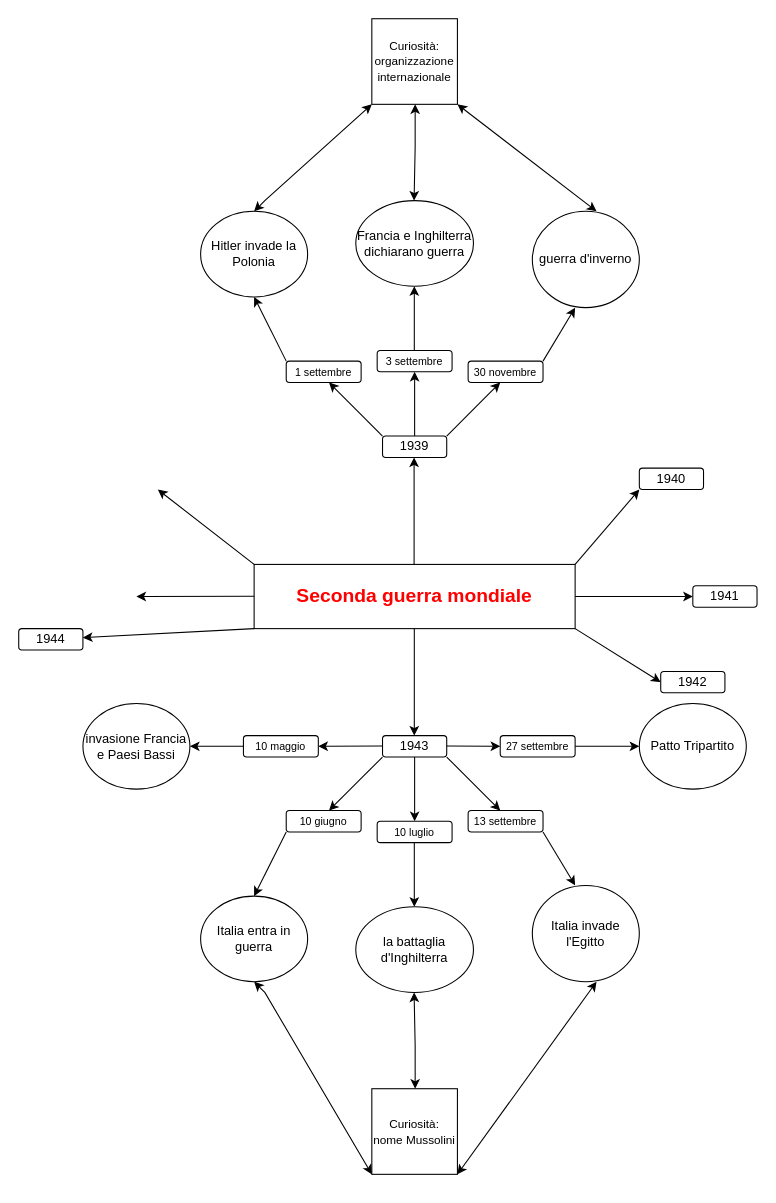
Before: Diagramma senza titolo.drawio in alice-caroli/ww2site, a draw.io diagram. Source tidied: cells renumbered, new cells numbered last; positions are measured from the earlier drawing's top-left corner, leaving out a move shared by most shapes. Both pictures are drawn from the tidied source at 107%, with x=0, y=0 at pixel (18, 18).
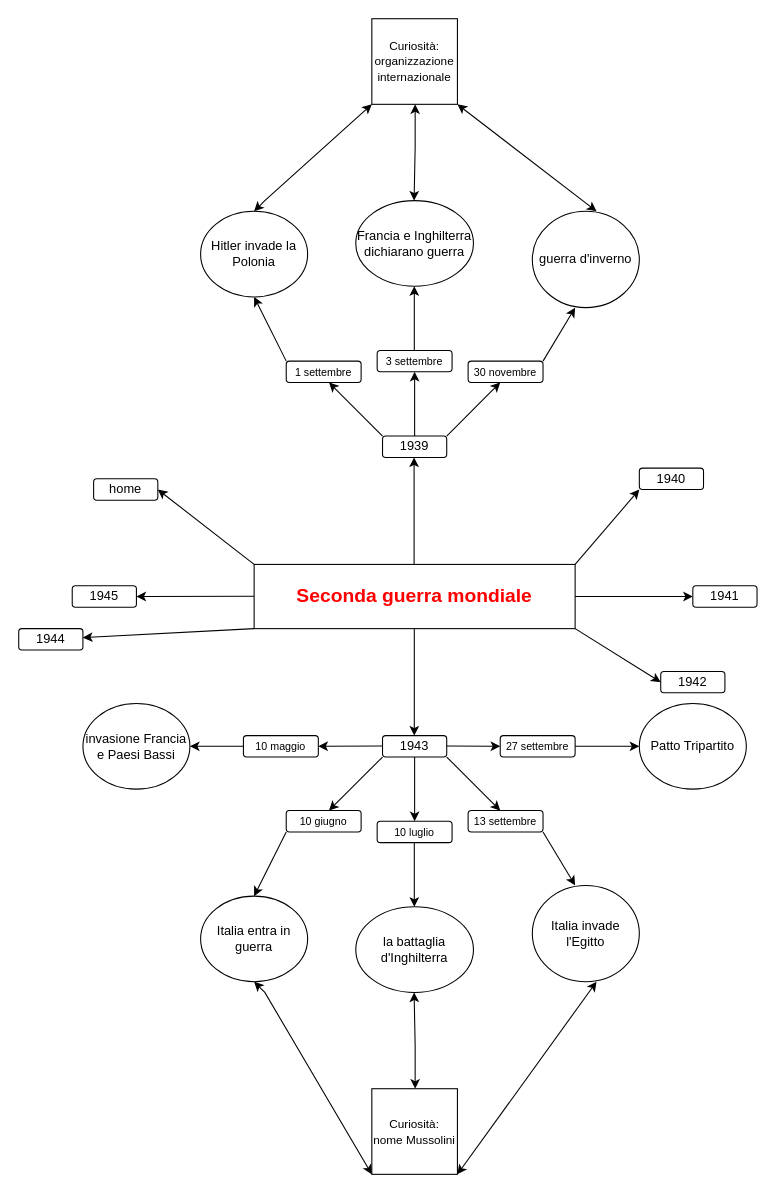
The same diagram, later.

Diff of the diagram source:
```diff
@@
+    <mxCell id="62" value="1945" style="rounded=1;whiteSpace=wrap;html=1;" parent="1" vertex="1">
+      <mxGeometry x="50" y="530" width="60" height="20" as="geometry" />
+    </mxCell>
+    <mxCell id="63" value="home" style="rounded=1;whiteSpace=wrap;html=1;" parent="1" vertex="1">
+      <mxGeometry x="70" y="430" width="60" height="20" as="geometry" />
+    </mxCell>
```
